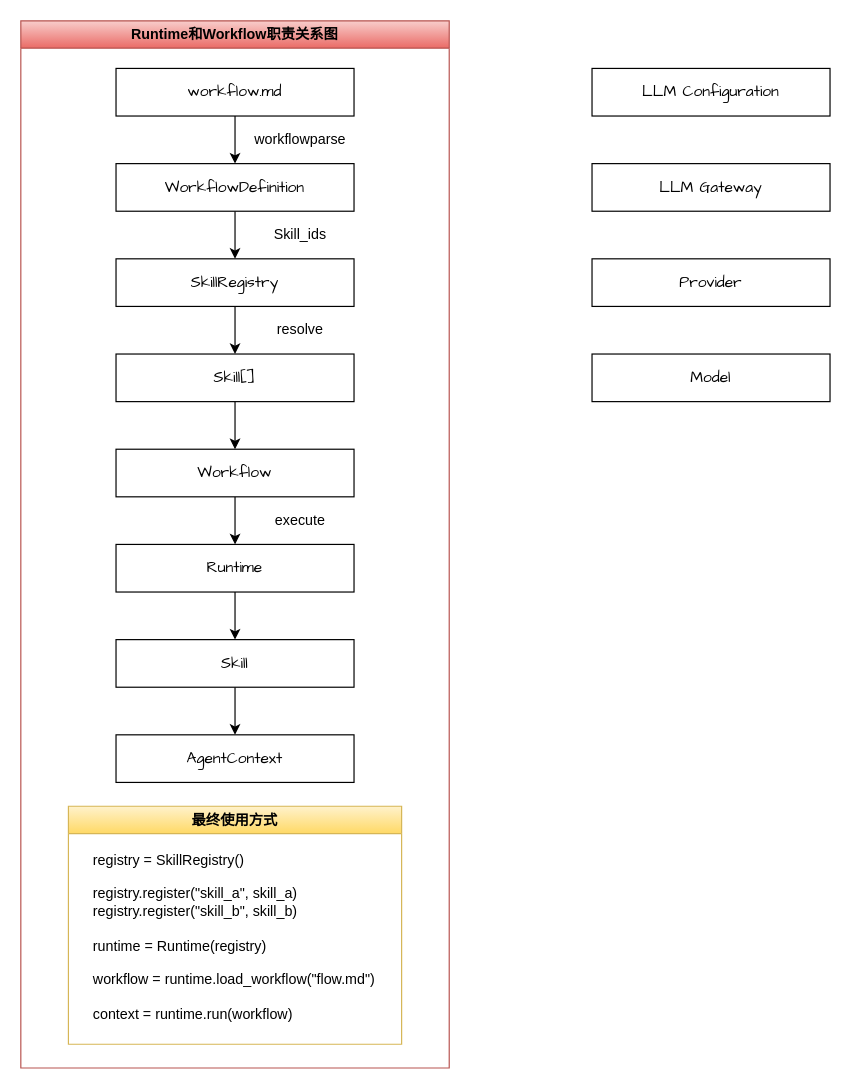
This is page "代码实现关键点" (2 of 4) of docs/Design Structure for Key Point.drawio from madderli/beivymate, a draw.io file, before an edit. Source tidied: cells renumbered, new cells numbered last; positions are measured from the earlier drawing's top-left corner, leaving out a move shared by most shapes. Both pictures are drawn from the tidied source at 119%, with x=0, y=0 at pixel (20, 20).
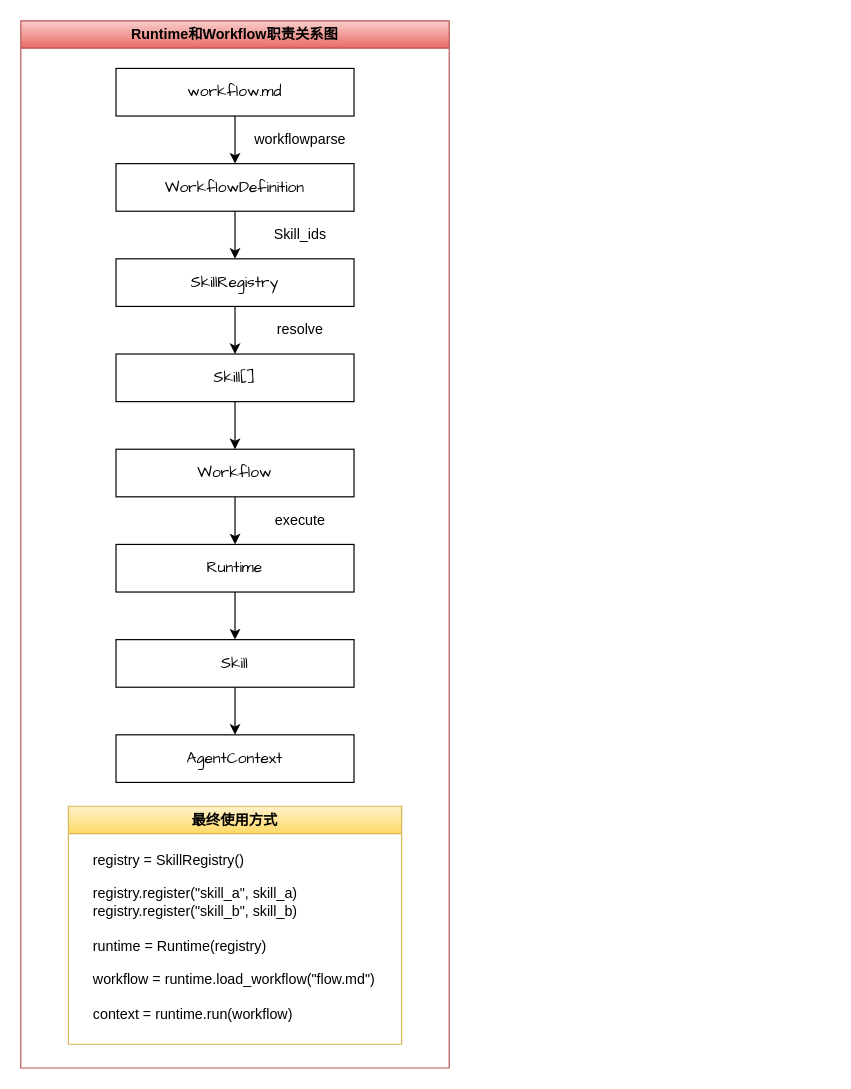
The same diagram, later.

Commit message (it also covers changes not shown here):
feat: add LLM provider, gateway, models config files.

Diff of the diagram source:
```diff
@@
-    <mxCell id="24" value="LLM Configuration" style="rounded=0;whiteSpace=wrap;html=1;fontFamily=Comic Sans MS;fontSize=13;" parent="1" vertex="1">
-      <mxGeometry x="480" y="40" width="200" height="40" as="geometry" />
-    </mxCell>
-    <mxCell id="25" value="LLM Gateway" style="rounded=0;whiteSpace=wrap;html=1;fontFamily=Comic Sans MS;fontSize=13;" parent="1" vertex="1">
-      <mxGeometry x="480" y="120" width="200" height="40" as="geometry" />
-    </mxCell>
-    <mxCell id="26" value="Provider" style="rounded=0;whiteSpace=wrap;html=1;fontFamily=Comic Sans MS;fontSize=13;" parent="1" vertex="1">
-      <mxGeometry x="480" y="200" width="200" height="40" as="geometry" />
-    </mxCell>
-    <mxCell id="27" value="Model" style="rounded=0;whiteSpace=wrap;html=1;fontFamily=Comic Sans MS;fontSize=13;" parent="1" vertex="1">
-      <mxGeometry x="480" y="280" width="200" height="40" as="geometry" />
-    </mxCell>
```
